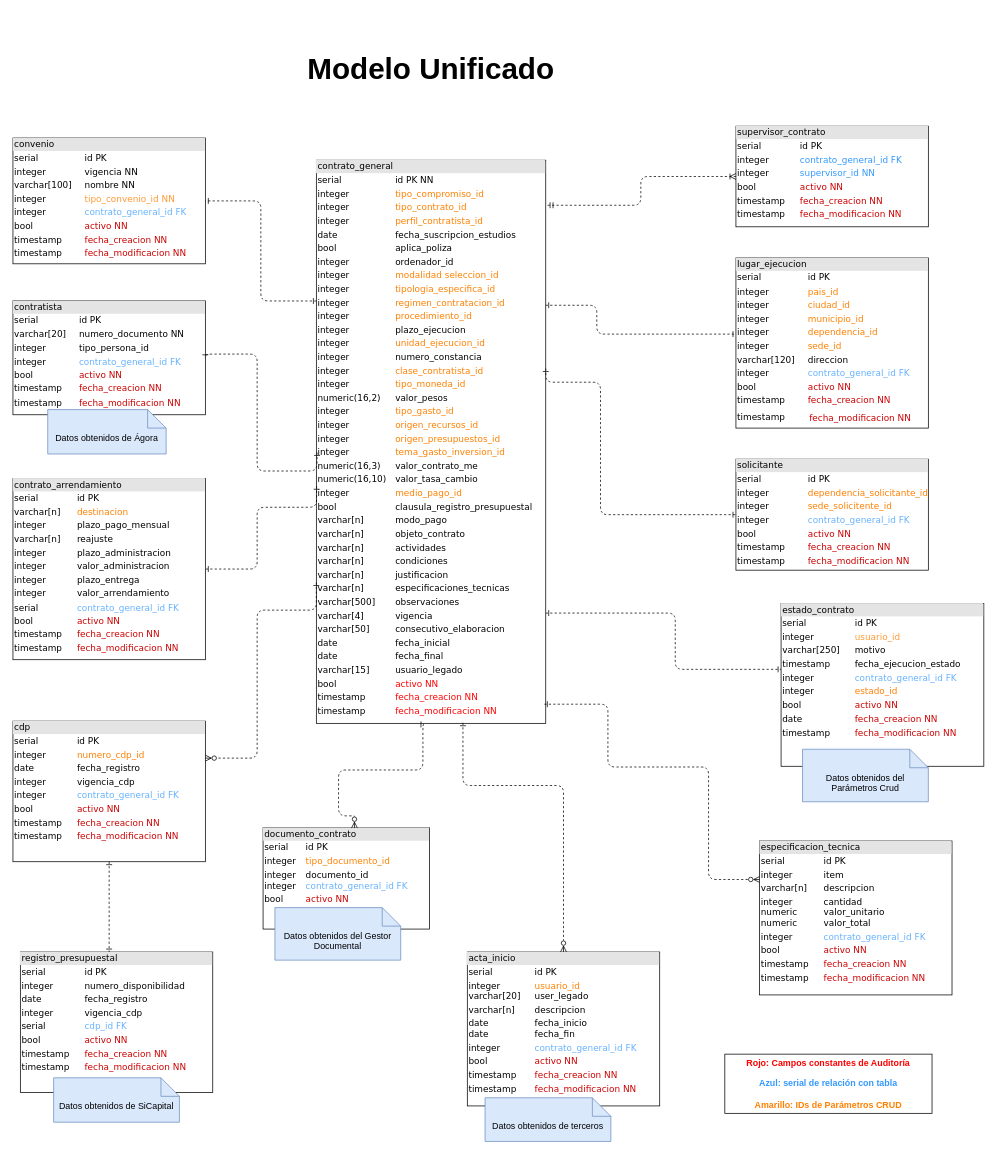
This is modelo-database/modelo-datos-core-argo.drawio from udistrital/gestion_contractual_compras_contrato_crud, a draw.io file, before an edit. Source tidied: cells renumbered, new cells numbered last; positions are measured from the earlier drawing's top-left corner, leaving out a move shared by most shapes. Both pictures are drawn from the tidied source at 74%, with x=0, y=0 at pixel (13, 13).
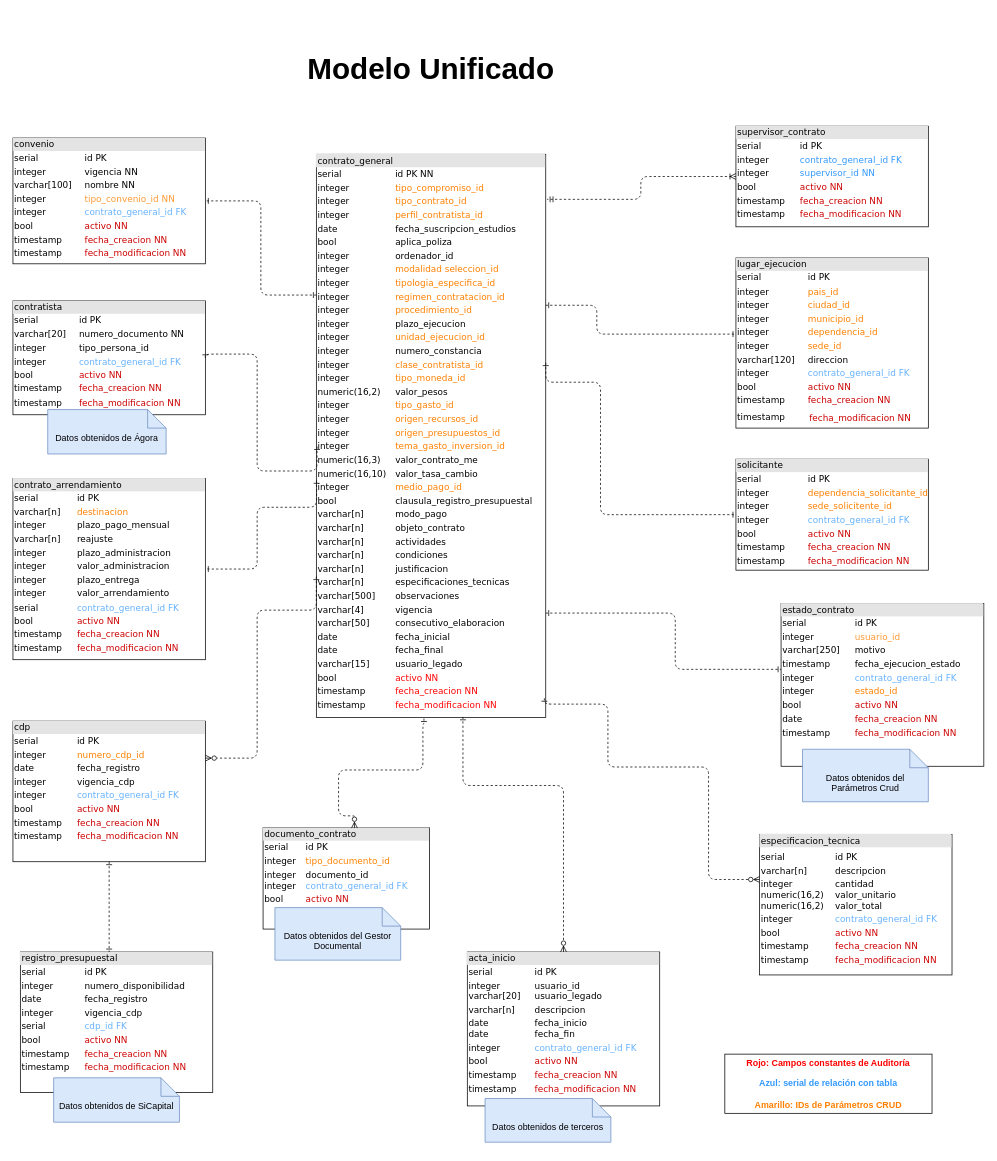
The same diagram, later.

Commit message (it also covers changes not shown here):
docs: Ajuste de readme sobre el mnodelo actualizado udistrital/argo_documentacion#186

Change to the diagram source:
```diff
@@
     <mxCell id="4" value="&lt;div style=&quot;box-sizing: border-box ; width: 100% ; background: #e4e4e4 ; padding: 2px&quot;&gt;contrato_general&lt;/div&gt;&lt;table style=&quot;width: 100% ; font-size: 1em&quot; cellpadding=&quot;2&quot; cellspacing=&quot;0&quot;&gt;&lt;tbody&gt;&lt;tr&gt;&lt;td&gt;serial&lt;/td&gt;&lt;td&gt;id PK NN&lt;/td&gt;&lt;/tr&gt;&lt;tr&gt;&lt;td&gt;integer&lt;br&gt;&lt;/td&gt;&lt;td&gt;&lt;font color=&quot;#ff8000&quot;&gt;tipo_compromiso_id&lt;/font&gt;&lt;/td&gt;&lt;/tr&gt;&lt;tr&gt;&lt;td&gt;integer&lt;br&gt;&lt;/td&gt;&lt;td&gt;&lt;font color=&quot;#ff8000&quot;&gt;tipo_contrato_id&lt;/font&gt;&lt;/td&gt;&lt;/tr&gt;&lt;tr&gt;&lt;td&gt;integer&lt;br&gt;&lt;/td&gt;&lt;td&gt;&lt;font color=&quot;#ff8000&quot;&gt;perfil_contratista_id&lt;br&gt;&lt;/font&gt;&lt;/td&gt;&lt;/tr&gt;&lt;tr&gt;&lt;td&gt;date&lt;br&gt;&lt;/td&gt;&lt;td&gt;fecha_suscripcion_estudios&amp;nbsp;&lt;br&gt;&lt;/td&gt;&lt;/tr&gt;&lt;tr&gt;&lt;td&gt;bool&lt;br&gt;&lt;/td&gt;&lt;td&gt;aplica_poliza&lt;br&gt;&lt;/td&gt;&lt;/tr&gt;&lt;tr&gt;&lt;td&gt;integer&lt;/td&gt;&lt;td&gt;ordenador_id&lt;/td&gt;&lt;/tr&gt;&lt;tr&gt;&lt;td&gt;integer&lt;br&gt;&lt;/td&gt;&lt;td&gt;&lt;font color=&quot;#ff8000&quot;&gt;modalidad seleccion_id&lt;/font&gt;&lt;/td&gt;&lt;/tr&gt;&lt;tr&gt;&lt;td&gt;integer&lt;br&gt;&lt;/td&gt;&lt;td&gt;&lt;font color=&quot;#ff8000&quot;&gt;tipologia_especifica_id&lt;/font&gt;&lt;/td&gt;&lt;/tr&gt;&lt;tr&gt;&lt;td&gt;integer&lt;br&gt;&lt;/td&gt;&lt;td&gt;&lt;font color=&quot;#ff8000&quot;&gt;regimen_contratacion_id&lt;br&gt;&lt;/font&gt;&lt;/td&gt;&lt;/tr&gt;&lt;tr&gt;&lt;td&gt;integer&lt;br&gt;&lt;/td&gt;&lt;td&gt;&lt;font color=&quot;#ff8000&quot;&gt;procedimiento_id&lt;/font&gt;&lt;/td&gt;&lt;/tr&gt;&lt;tr&gt;&lt;td&gt;integer&lt;br&gt;&lt;/td&gt;&lt;td&gt;plazo_ejecucion&lt;br&gt;&lt;/td&gt;&lt;/tr&gt;&lt;tr&gt;&lt;td&gt;integer&lt;/td&gt;&lt;td&gt;&lt;font color=&quot;#ff8000&quot;&gt;unidad_ejecucion_id&lt;br&gt;&lt;/font&gt;&lt;/td&gt;&lt;/tr&gt;&lt;tr&gt;&lt;td&gt;integer&lt;/td&gt;&lt;td&gt;numero_constancia&lt;br&gt;&lt;/td&gt;&lt;/tr&gt;&lt;tr&gt;&lt;td&gt;integer&lt;/td&gt;&lt;td&gt;&lt;font color=&quot;#ff8000&quot;&gt;clase_contratista_id&lt;br&gt;&lt;/font&gt;&lt;/td&gt;&lt;/tr&gt;&lt;tr&gt;&lt;td&gt;integer&lt;/td&gt;&lt;td&gt;&lt;span style=&quot;color: rgb(255, 128, 0);&quot;&gt;tipo_moneda_id&lt;/span&gt;&lt;br&gt;&lt;/td&gt;&lt;/tr&gt;&lt;tr&gt;&lt;td&gt;numeric(16,2)&lt;br&gt;&lt;/td&gt;&lt;td&gt;valor_pesos&lt;font color=&quot;#ff8000&quot;&gt;&lt;br&gt;&lt;/font&gt;&lt;/td&gt;&lt;/tr&gt;&lt;tr&gt;&lt;td&gt;integer&lt;br&gt;&lt;/td&gt;&lt;td&gt;&lt;span style=&quot;color: rgb(255, 128, 0);&quot;&gt;tipo_gasto_id&lt;/span&gt;&lt;br&gt;&lt;/td&gt;&lt;/tr&gt;&lt;tr&gt;&lt;td&gt;integer&lt;br&gt;&lt;/td&gt;&lt;td&gt;&lt;span style=&quot;color: rgb(255, 128, 0);&quot;&gt;origen_recursos_id&lt;/span&gt;&lt;font color=&quot;#ff8000&quot;&gt;&lt;br style=&quot;&quot;&gt;&lt;/font&gt;&lt;/td&gt;&lt;/tr&gt;&lt;tr&gt;&lt;td&gt;integer&lt;br&gt;&lt;/td&gt;&lt;td&gt;&lt;span style=&quot;color: rgb(255, 128, 0);&quot;&gt;origen_presupuestos_id&lt;/span&gt;&lt;font color=&quot;#ff8000&quot;&gt;&lt;br style=&quot;&quot;&gt;&lt;/font&gt;&lt;/td&gt;&lt;/tr&gt;&lt;tr&gt;&lt;td&gt;integer&lt;br&gt;&lt;/td&gt;&lt;td&gt;&lt;span style=&quot;color: rgb(255, 128, 0);&quot;&gt;tema_gasto_inversion_id&lt;/span&gt;&lt;font color=&quot;#ff8000&quot;&gt;&lt;br style=&quot;&quot;&gt;&lt;/font&gt;&lt;/td&gt;&lt;/tr&gt;&lt;tr&gt;&lt;td&gt;numeric(16,3)&lt;br&gt;&lt;/td&gt;&lt;td&gt;valor_contrato_me&lt;font color=&quot;#ff8000&quot;&gt;&lt;br style=&quot;&quot;&gt;&lt;/font&gt;&lt;/td&gt;&lt;/tr&gt;&lt;tr&gt;&lt;td&gt;numeric(16,10)&lt;br&gt;&lt;/td&gt;&lt;td&gt;valor_tasa_cambio&lt;br&gt;&lt;/td&gt;&lt;/tr&gt;&lt;tr&gt;&lt;td&gt;integer&lt;br&gt;&lt;/td&gt;&lt;td&gt;&lt;span style=&quot;color: rgb(255, 128, 0);&quot;&gt;medio_pago_id&lt;/span&gt;&lt;br&gt;&lt;/td&gt;&lt;/tr&gt;&lt;tr&gt;&lt;td&gt;bool&lt;br&gt;&lt;/td&gt;&lt;td&gt;clausula_registro_presupuestal&lt;br&gt;&lt;/td&gt;&lt;/tr&gt;&lt;tr&gt;&lt;td&gt;varchar[n]&lt;br&gt;&lt;/td&gt;&lt;td&gt;modo_pago&lt;br&gt;&lt;/td&gt;&lt;/tr&gt;&lt;tr&gt;&lt;td&gt;varchar[n]&lt;br&gt;&lt;/td&gt;&lt;td&gt;objeto_contrato&lt;br&gt;&lt;/td&gt;&lt;/tr&gt;&lt;tr&gt;&lt;td&gt;varchar[n]&lt;br&gt;&lt;/td&gt;&lt;td&gt;actividades&lt;br&gt;&lt;/td&gt;&lt;/tr&gt;&lt;tr&gt;&lt;td&gt;varchar[n]&lt;br&gt;&lt;/td&gt;&lt;td&gt;condiciones&lt;br&gt;&lt;/td&gt;&lt;/tr&gt;&lt;tr&gt;&lt;td&gt;varchar[n]&lt;br&gt;&lt;/td&gt;&lt;td&gt;justificacion&lt;br&gt;&lt;/td&gt;&lt;/tr&gt;&lt;tr&gt;&lt;td&gt;varchar[n]&lt;br&gt;&lt;/td&gt;&lt;td&gt;especificaciones_tecnicas&lt;br&gt;&lt;/td&gt;&lt;/tr&gt;&lt;tr&gt;&lt;td&gt;varchar[500]&lt;br&gt;&lt;/td&gt;&lt;td&gt;observaciones&lt;br&gt;&lt;/td&gt;&lt;/tr&gt;&lt;tr&gt;&lt;td&gt;varchar[4]&lt;br&gt;&lt;/td&gt;&lt;td&gt;vigencia&lt;br&gt;&lt;/td&gt;&lt;/tr&gt;&lt;tr&gt;&lt;td&gt;varchar[50]&lt;br&gt;&lt;/td&gt;&lt;td&gt;consecutivo_elaboracion&lt;br&gt;&lt;/td&gt;&lt;/tr&gt;&lt;tr&gt;&lt;td&gt;date&lt;/td&gt;&lt;td&gt;fecha_inicial&lt;br&gt;&lt;/td&gt;&lt;/tr&gt;&lt;tr&gt;&lt;td&gt;date&lt;br&gt;&lt;/td&gt;&lt;td&gt;fecha_final&lt;br&gt;&lt;/td&gt;&lt;/tr&gt;&lt;tr&gt;&lt;td&gt;varchar[15]&lt;br&gt;&lt;/td&gt;&lt;td&gt;usuario_legado&lt;br&gt;&lt;/td&gt;&lt;/tr&gt;&lt;tr&gt;&lt;td&gt;bool&lt;br&gt;&lt;/td&gt;&lt;td&gt;&lt;span style=&quot;color: rgb(255, 0, 0);&quot;&gt;activo NN&lt;/span&gt;&lt;br&gt;&lt;/td&gt;&lt;/tr&gt;&lt;tr&gt;&lt;td&gt;timestamp&lt;br&gt;&lt;/td&gt;&lt;td&gt;&lt;span style=&quot;color: rgb(255, 0, 0);&quot;&gt;fecha_creacion NN&lt;/span&gt;&lt;br style=&quot;color: rgb(255, 0, 0);&quot;&gt;&lt;/td&gt;&lt;/tr&gt;&lt;tr&gt;&lt;td&gt;timestamp&lt;br&gt;&lt;/td&gt;&lt;td&gt;&lt;span style=&quot;color: rgb(255, 0, 0);&quot;&gt;fecha_modificacion NN&lt;/span&gt;&lt;br style=&quot;color: rgb(255, 0, 0);&quot;&gt;&lt;/td&gt;&lt;/tr&gt;&lt;tr&gt;&lt;td&gt;&lt;br&gt;&lt;/td&gt;&lt;td&gt;&lt;br style=&quot;color: rgb(255, 0, 0);&quot;&gt;&lt;/td&gt;&lt;/tr&gt;&lt;/tbody&gt;&lt;/table&gt;" style="verticalAlign=top;align=left;overflow=fill;html=1;rounded=0;shadow=0;comic=0;labelBackgroundColor=none;strokeWidth=1;fontFamily=Verdana;fontSize=12;" parent="1" vertex="1">
-      <mxGeometry x="410" y="199" width="310" height="761" as="geometry" />
+      <mxGeometry x="410" y="191" width="310" height="761" as="geometry" />
     </mxCell>
@@
-    <mxCell id="29" value="&lt;div style=&quot;box-sizing: border-box ; width: 100% ; background: #e4e4e4 ; padding: 2px&quot;&gt;acta_inicio&lt;/div&gt;&lt;table style=&quot;width: 100% ; font-size: 1em&quot; cellpadding=&quot;2&quot; cellspacing=&quot;0&quot;&gt;&lt;tbody&gt;&lt;tr&gt;&lt;td&gt;serial&lt;span style=&quot;white-space: pre;&quot;&gt;&#9;&lt;/span&gt;&lt;/td&gt;&lt;td&gt;id PK&amp;nbsp;&lt;/td&gt;&lt;/tr&gt;&lt;tr&gt;&lt;td&gt;integer&lt;br&gt;varchar[20]&lt;br&gt;&lt;/td&gt;&lt;td&gt;&lt;font color=&quot;#ff8000&quot;&gt;usuario_id&lt;/font&gt;&lt;br&gt;user_legado&lt;br&gt;&lt;/td&gt;&lt;/tr&gt;&lt;tr&gt;&lt;td&gt;varchar[n]&lt;/td&gt;&lt;td&gt;descripcion&lt;/td&gt;&lt;/tr&gt;&lt;tr&gt;&lt;td&gt;date&lt;br&gt;date&lt;/td&gt;&lt;td&gt;fecha_inicio&lt;br&gt;fecha_fin&lt;/td&gt;&lt;/tr&gt;&lt;tr&gt;&lt;td&gt;integer&lt;br&gt;&lt;/td&gt;&lt;td&gt;&lt;span style=&quot;color: rgb(102, 178, 255);&quot;&gt;contrato_general_id FK&lt;/span&gt;&lt;br style=&quot;color: rgb(102, 178, 255);&quot;&gt;&lt;/td&gt;&lt;/tr&gt;&lt;tr&gt;&lt;td&gt;bool&lt;br&gt;&lt;/td&gt;&lt;td&gt;&lt;span style=&quot;color: rgb(204, 0, 0);&quot;&gt;activo NN&lt;/span&gt;&lt;br style=&quot;color: rgb(204, 0, 0);&quot;&gt;&lt;/td&gt;&lt;/tr&gt;&lt;tr&gt;&lt;td&gt;timestamp&lt;/td&gt;&lt;td&gt;&lt;span style=&quot;color: rgb(204, 0, 0);&quot;&gt;fecha_creacion NN&lt;/span&gt;&lt;br style=&quot;color: rgb(204, 0, 0);&quot;&gt;&lt;/td&gt;&lt;/tr&gt;&lt;tr&gt;&lt;td&gt;timestamp&lt;br&gt;&lt;/td&gt;&lt;td&gt;&lt;span style=&quot;color: rgb(204, 0, 0);&quot;&gt;fecha_modificacion NN&lt;/span&gt;&lt;br&gt;&lt;/td&gt;&lt;/tr&gt;&lt;/tbody&gt;&lt;/table&gt;" style="verticalAlign=top;align=left;overflow=fill;html=1;rounded=0;shadow=0;comic=0;labelBackgroundColor=none;strokeWidth=1;fontFamily=Verdana;fontSize=12;" parent="1" vertex="1">
+    <mxCell id="29" value="&lt;div style=&quot;box-sizing: border-box ; width: 100% ; background: #e4e4e4 ; padding: 2px&quot;&gt;acta_inicio&lt;/div&gt;&lt;table style=&quot;width: 100% ; font-size: 1em&quot; cellpadding=&quot;2&quot; cellspacing=&quot;0&quot;&gt;&lt;tbody&gt;&lt;tr&gt;&lt;td&gt;serial&lt;span style=&quot;white-space: pre;&quot;&gt;&#9;&lt;/span&gt;&lt;/td&gt;&lt;td&gt;id PK&amp;nbsp;&lt;/td&gt;&lt;/tr&gt;&lt;tr&gt;&lt;td&gt;integer&lt;br&gt;varchar[20]&lt;br&gt;&lt;/td&gt;&lt;td&gt;&lt;font color=&quot;#080808&quot;&gt;usuario_id&lt;/font&gt;&lt;br&gt;usuario_legado&lt;br&gt;&lt;/td&gt;&lt;/tr&gt;&lt;tr&gt;&lt;td&gt;varchar[n]&lt;/td&gt;&lt;td&gt;descripcion&lt;/td&gt;&lt;/tr&gt;&lt;tr&gt;&lt;td&gt;date&lt;br&gt;date&lt;/td&gt;&lt;td&gt;fecha_inicio&lt;br&gt;fecha_fin&lt;/td&gt;&lt;/tr&gt;&lt;tr&gt;&lt;td&gt;integer&lt;br&gt;&lt;/td&gt;&lt;td&gt;&lt;span style=&quot;color: rgb(102, 178, 255);&quot;&gt;contrato_general_id FK&lt;/span&gt;&lt;br style=&quot;color: rgb(102, 178, 255);&quot;&gt;&lt;/td&gt;&lt;/tr&gt;&lt;tr&gt;&lt;td&gt;bool&lt;br&gt;&lt;/td&gt;&lt;td&gt;&lt;span style=&quot;color: rgb(204, 0, 0);&quot;&gt;activo NN&lt;/span&gt;&lt;br style=&quot;color: rgb(204, 0, 0);&quot;&gt;&lt;/td&gt;&lt;/tr&gt;&lt;tr&gt;&lt;td&gt;timestamp&lt;/td&gt;&lt;td&gt;&lt;span style=&quot;color: rgb(204, 0, 0);&quot;&gt;fecha_creacion NN&lt;/span&gt;&lt;br style=&quot;color: rgb(204, 0, 0);&quot;&gt;&lt;/td&gt;&lt;/tr&gt;&lt;tr&gt;&lt;td&gt;timestamp&lt;br&gt;&lt;/td&gt;&lt;td&gt;&lt;span style=&quot;color: rgb(204, 0, 0);&quot;&gt;fecha_modificacion NN&lt;/span&gt;&lt;br&gt;&lt;/td&gt;&lt;/tr&gt;&lt;/tbody&gt;&lt;/table&gt;" style="verticalAlign=top;align=left;overflow=fill;html=1;rounded=0;shadow=0;comic=0;labelBackgroundColor=none;strokeWidth=1;fontFamily=Verdana;fontSize=12;" parent="1" vertex="1">
       <mxGeometry x="614" y="1269" width="260" height="208" as="geometry" />
     </mxCell>
     <mxCell id="30" value="Datos obtenidos de terceros" style="shape=note2;boundedLbl=1;whiteSpace=wrap;html=1;size=25;verticalAlign=top;align=center;fillColor=#dae8fc;strokeColor=#6c8ebf;" parent="1" vertex="1">
-      <mxGeometry x="638" y="1466" width="170" height="59" as="geometry" />
+      <mxGeometry x="638" y="1467" width="170" height="59" as="geometry" />
     </mxCell>
@@
-    <mxCell id="33" style="edgeStyle=orthogonalEdgeStyle;html=1;dashed=1;labelBackgroundColor=none;startArrow=ERone;endArrow=ERzeroToMany;fontFamily=Verdana;fontSize=12;align=left;startFill=0;endFill=0;exitX=0.994;exitY=0.966;exitDx=0;exitDy=0;exitPerimeter=0;entryX=0;entryY=0.25;entryDx=0;entryDy=0;" parent="1" edge="1" source="4" target="34">
+    <mxCell id="33" style="edgeStyle=orthogonalEdgeStyle;html=1;dashed=1;labelBackgroundColor=none;startArrow=ERone;endArrow=ERzeroToMany;fontFamily=Verdana;fontSize=12;align=left;startFill=0;endFill=0;exitX=0.994;exitY=0.966;exitDx=0;exitDy=0;exitPerimeter=0;" parent="1" edge="1" source="4" target="34">
       <mxGeometry relative="1" as="geometry">
         <Array as="points">
+          <mxPoint x="718" y="934" />
           <mxPoint x="804" y="934" />
           <mxPoint x="804" y="1019" />
           <mxPoint x="940" y="1019" />
           <mxPoint x="940" y="1171" />
         </Array>
       </mxGeometry>
     </mxCell>
-    <mxCell id="34" value="&lt;div style=&quot;box-sizing: border-box ; width: 100% ; background: #e4e4e4 ; padding: 2px&quot;&gt;especificacion_tecnica&lt;/div&gt;&lt;table style=&quot;width: 100% ; font-size: 1em&quot; cellpadding=&quot;2&quot; cellspacing=&quot;0&quot;&gt;&lt;tbody&gt;&lt;tr&gt;&lt;td&gt;serial&lt;span style=&quot;white-space: pre;&quot;&gt;&#9;&lt;/span&gt;&lt;/td&gt;&lt;td&gt;id PK&amp;nbsp;&lt;/td&gt;&lt;/tr&gt;&lt;tr&gt;&lt;td&gt;integer&lt;br&gt;&lt;/td&gt;&lt;td&gt;item&lt;br&gt;&lt;/td&gt;&lt;/tr&gt;&lt;tr&gt;&lt;td&gt;varchar[n]&lt;/td&gt;&lt;td&gt;descripcion&lt;/td&gt;&lt;/tr&gt;&lt;tr&gt;&lt;td&gt;integer&lt;br&gt;numeric&lt;br&gt;numeric&lt;/td&gt;&lt;td&gt;cantidad&lt;br&gt;valor_unitario&lt;br&gt;valor_total&lt;/td&gt;&lt;/tr&gt;&lt;tr&gt;&lt;td&gt;integer&lt;br&gt;&lt;/td&gt;&lt;td&gt;&lt;span style=&quot;color: rgb(102, 178, 255);&quot;&gt;contrato_general_id FK&lt;/span&gt;&lt;br style=&quot;color: rgb(102, 178, 255);&quot;&gt;&lt;/td&gt;&lt;/tr&gt;&lt;tr&gt;&lt;td&gt;bool&lt;br&gt;&lt;/td&gt;&lt;td&gt;&lt;span style=&quot;color: rgb(204, 0, 0);&quot;&gt;activo NN&lt;/span&gt;&lt;br style=&quot;color: rgb(204, 0, 0);&quot;&gt;&lt;/td&gt;&lt;/tr&gt;&lt;tr&gt;&lt;td&gt;timestamp&lt;/td&gt;&lt;td&gt;&lt;span style=&quot;color: rgb(204, 0, 0);&quot;&gt;fecha_creacion NN&lt;/span&gt;&lt;br style=&quot;color: rgb(204, 0, 0);&quot;&gt;&lt;/td&gt;&lt;/tr&gt;&lt;tr&gt;&lt;td&gt;timestamp&lt;br&gt;&lt;/td&gt;&lt;td&gt;&lt;span style=&quot;color: rgb(204, 0, 0);&quot;&gt;fecha_modificacion NN&lt;/span&gt;&lt;br&gt;&lt;/td&gt;&lt;/tr&gt;&lt;/tbody&gt;&lt;/table&gt;" style="verticalAlign=top;align=left;overflow=fill;html=1;rounded=0;shadow=0;comic=0;labelBackgroundColor=none;strokeWidth=1;fontFamily=Verdana;fontSize=12;" parent="1" vertex="1">
-      <mxGeometry x="1009" y="1119" width="260" height="208" as="geometry" />
+    <mxCell id="34" value="&lt;div style=&quot;box-sizing: border-box ; width: 100% ; background: #e4e4e4 ; padding: 2px&quot;&gt;especificacion_tecnica&lt;/div&gt;&lt;table style=&quot;width: 100% ; font-size: 1em&quot; cellpadding=&quot;2&quot; cellspacing=&quot;0&quot;&gt;&lt;tbody&gt;&lt;tr&gt;&lt;td&gt;&lt;/td&gt;&lt;td&gt;&lt;/td&gt;&lt;/tr&gt;&lt;tr&gt;&lt;td&gt;serial&lt;/td&gt;&lt;td&gt;id PK&lt;br&gt;&lt;/td&gt;&lt;/tr&gt;&lt;tr&gt;&lt;td&gt;varchar[n]&lt;/td&gt;&lt;td&gt;descripcion&lt;/td&gt;&lt;/tr&gt;&lt;tr&gt;&lt;td&gt;integer&lt;br&gt;numeric(16,2)&lt;br&gt;numeric(16,2)&lt;/td&gt;&lt;td&gt;cantidad&lt;br&gt;valor_unitario&lt;br&gt;valor_total&lt;/td&gt;&lt;/tr&gt;&lt;tr&gt;&lt;td&gt;integer&lt;br&gt;&lt;/td&gt;&lt;td&gt;&lt;span style=&quot;color: rgb(102, 178, 255);&quot;&gt;contrato_general_id FK&lt;/span&gt;&lt;br style=&quot;color: rgb(102, 178, 255);&quot;&gt;&lt;/td&gt;&lt;/tr&gt;&lt;tr&gt;&lt;td&gt;bool&lt;br&gt;&lt;/td&gt;&lt;td&gt;&lt;span style=&quot;color: rgb(204, 0, 0);&quot;&gt;activo NN&lt;/span&gt;&lt;br style=&quot;color: rgb(204, 0, 0);&quot;&gt;&lt;/td&gt;&lt;/tr&gt;&lt;tr&gt;&lt;td&gt;timestamp&lt;/td&gt;&lt;td&gt;&lt;span style=&quot;color: rgb(204, 0, 0);&quot;&gt;fecha_creacion NN&lt;/span&gt;&lt;br style=&quot;color: rgb(204, 0, 0);&quot;&gt;&lt;/td&gt;&lt;/tr&gt;&lt;tr&gt;&lt;td&gt;timestamp&lt;br&gt;&lt;/td&gt;&lt;td&gt;&lt;span style=&quot;color: rgb(204, 0, 0);&quot;&gt;fecha_modificacion NN&lt;/span&gt;&lt;br&gt;&lt;/td&gt;&lt;/tr&gt;&lt;/tbody&gt;&lt;/table&gt;" style="verticalAlign=top;align=left;overflow=fill;html=1;rounded=0;shadow=0;comic=0;labelBackgroundColor=none;strokeWidth=1;fontFamily=Verdana;fontSize=12;" parent="1" vertex="1">
+      <mxGeometry x="1009" y="1110" width="260" height="190" as="geometry" />
     </mxCell>
```
